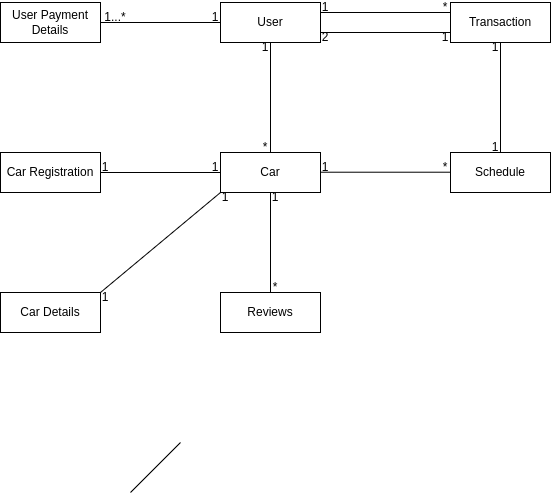
Before: docs/EntityRelationshipDiagram.drawio.png, a diagram exported from draw.io (514sh/sulong). Source tidied: cells renumbered, new cells last; positions are measured from the earlier drawing's top-left corner, leaving out a move shared by most shapes.
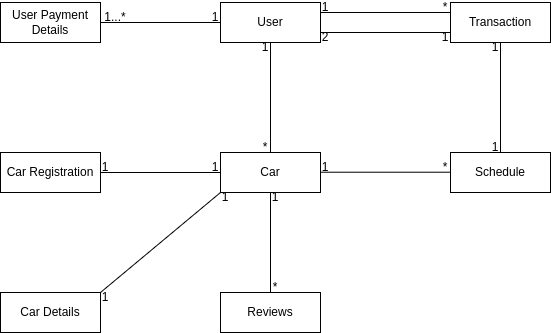
The same diagram one commit later.

Change to the diagram source:
```diff
@@ -50,12 +50,6 @@
     <mxCell id="16" style="endArrow=none;html=1;rounded=0;entryX=0.5;entryY=1;entryDx=0;entryDy=0;exitX=0.5;exitY=0;exitDx=0;exitDy=0;" parent="1" edge="1" source="6" target="5">
       <mxGeometry relative="1" as="geometry" />
     </mxCell>
-    <mxCell id="17" style="endArrow=none;html=1;rounded=0;" parent="1" edge="1">
-      <mxGeometry relative="1" as="geometry">
-        <mxPoint x="130" y="490" as="sourcePoint" />
-        <mxPoint x="180" y="440" as="targetPoint" />
-      </mxGeometry>
-    </mxCell>
     <mxCell id="18" style="endArrow=none;html=1;rounded=0;entryX=0;entryY=0.5;entryDx=0;entryDy=0;exitX=1;exitY=0.5;exitDx=0;exitDy=0;" parent="1" edge="1">
       <mxGeometry relative="1" as="geometry">
         <mxPoint x="320" y="10" as="sourcePoint" />
```
